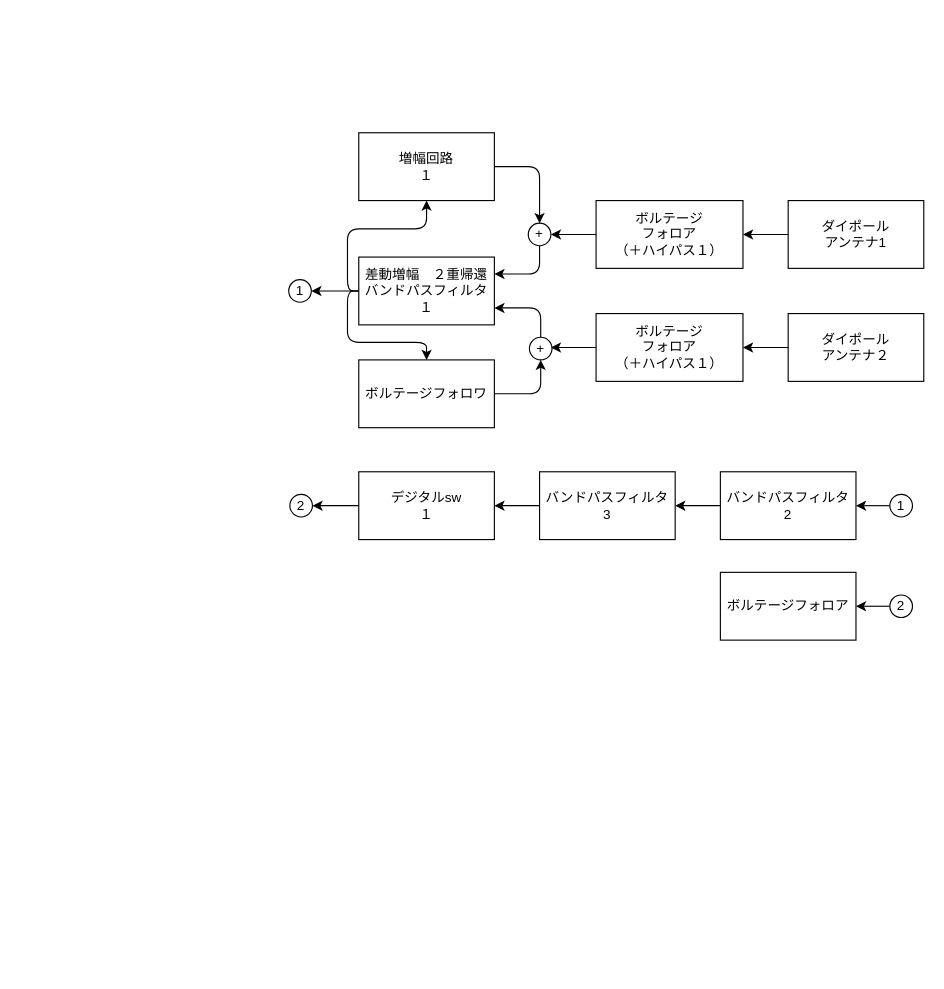
tom00ti/flowchart_memo keeps this draw.io diagram as OhmMapperReciver.drawio. Above is the earlier version. Source tidied: cells renumbered, new cells numbered last; positions are measured from the earlier drawing's top-left corner, leaving out a move shared by most shapes. Both pictures are drawn from the tidied source at 113%, with x=0, y=0 at pixel (288, 132).
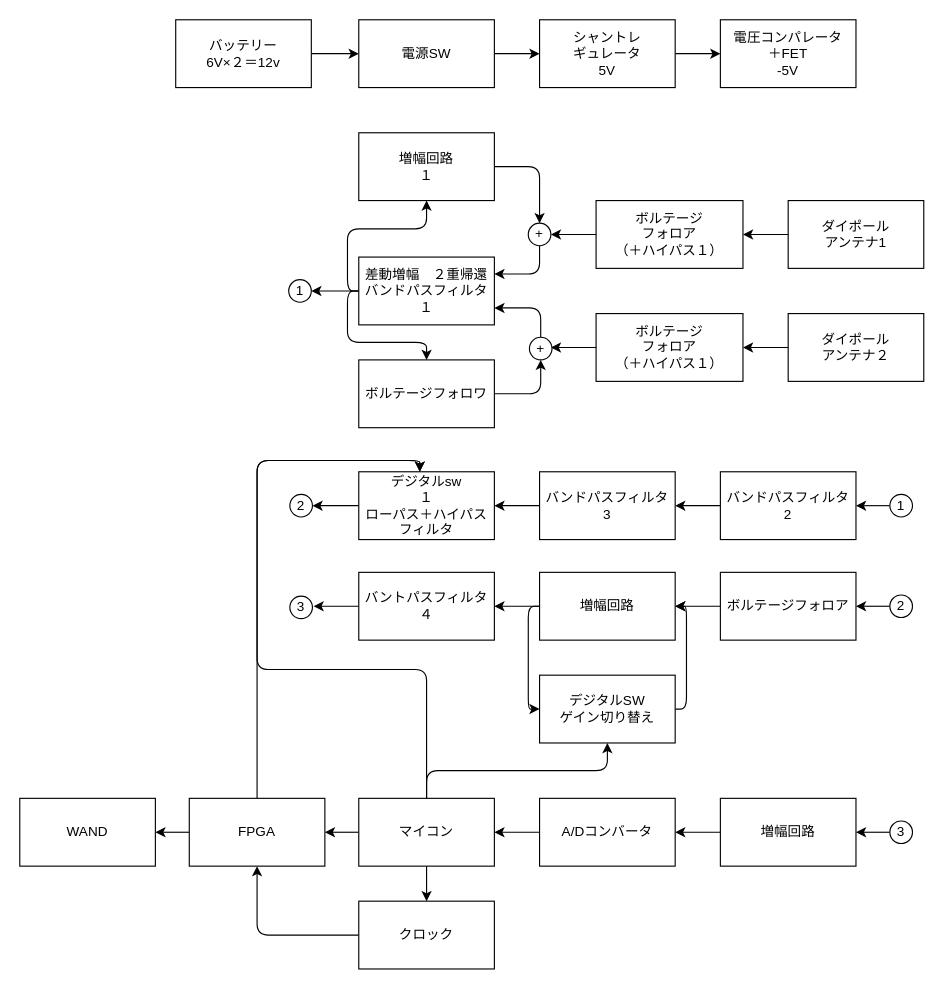
The same diagram, later.

Commit message:
Reciver finish

The change refers to these unchanged cells:
```xml
<mxCell id="34" value="ボルテージフォロア" style="rounded=0;whiteSpace=wrap;html=1;" parent="1" vertex="1">
  <mxGeometry x="382" y="389" width="120" height="60" as="geometry" />
</mxCell>
```

Diff of the diagram source:
```diff
@@
-    <mxCell id="30" value="デジタルsw&lt;br&gt;１" style="rounded=0;whiteSpace=wrap;html=1;" parent="1" vertex="1">
+    <mxCell id="30" value="デジタルsw&lt;br&gt;１&lt;br&gt;ローパス＋ハイパスフィルタ" style="rounded=0;whiteSpace=wrap;html=1;" parent="1" vertex="1">
       <mxGeometry x="62" y="300" width="120" height="60" as="geometry" />
     </mxCell>
@@
+    <mxCell id="35" style="edgeStyle=none;html=1;exitX=0;exitY=0.5;exitDx=0;exitDy=0;entryX=1;entryY=0.5;entryDx=0;entryDy=0;" parent="1" edge="1" source="34" target="38">
+      <mxGeometry relative="1" as="geometry" />
+    </mxCell>
@@
+    <mxCell id="36" style="edgeStyle=none;html=1;exitX=0;exitY=0.5;exitDx=0;exitDy=0;entryX=1;entryY=0.5;entryDx=0;entryDy=0;" parent="1" edge="1" source="38" target="41">
+      <mxGeometry relative="1" as="geometry" />
+    </mxCell>
+    <mxCell id="37" style="edgeStyle=orthogonalEdgeStyle;html=1;exitX=0;exitY=0.5;exitDx=0;exitDy=0;entryX=0;entryY=0.5;entryDx=0;entryDy=0;" parent="1" edge="1" source="38" target="39">
+      <mxGeometry relative="1" as="geometry" />
+    </mxCell>
+    <mxCell id="38" value="増幅回路" style="rounded=0;whiteSpace=wrap;html=1;" parent="1" vertex="1">
+      <mxGeometry x="222" y="389" width="120" height="60" as="geometry" />
+    </mxCell>
+    <mxCell id="39" value="デジタルSW&lt;br&gt;ゲイン切り替え" style="rounded=0;whiteSpace=wrap;html=1;" parent="1" vertex="1">
+      <mxGeometry x="222" y="480" width="120" height="60" as="geometry" />
+    </mxCell>
+    <mxCell id="40" style="edgeStyle=none;html=1;exitX=0;exitY=0.5;exitDx=0;exitDy=0;" parent="1" edge="1" source="41">
+      <mxGeometry relative="1" as="geometry">
+        <mxPoint x="22" y="419" as="targetPoint" />
+      </mxGeometry>
+    </mxCell>
+    <mxCell id="41" value="バントパスフィルタ&lt;br&gt;４" style="rounded=0;whiteSpace=wrap;html=1;" parent="1" vertex="1">
+      <mxGeometry x="62" y="389" width="120" height="60" as="geometry" />
+    </mxCell>
+    <mxCell id="42" value="3" style="ellipse;whiteSpace=wrap;html=1;" parent="1" vertex="1">
+      <mxGeometry x="1" y="410" width="20" height="20" as="geometry" />
+    </mxCell>
+    <mxCell id="43" style="edgeStyle=orthogonalEdgeStyle;html=1;exitX=1;exitY=0.5;exitDx=0;exitDy=0;entryX=1;entryY=0.5;entryDx=0;entryDy=0;" parent="1" edge="1" source="39" target="38">
+      <mxGeometry relative="1" as="geometry" />
+    </mxCell>
+    <mxCell id="44" style="edgeStyle=orthogonalEdgeStyle;html=1;exitX=0;exitY=0.5;exitDx=0;exitDy=0;" parent="1" edge="1" source="45" target="47">
+      <mxGeometry relative="1" as="geometry" />
+    </mxCell>
+    <mxCell id="45" value="3" style="ellipse;whiteSpace=wrap;html=1;" parent="1" vertex="1">
+      <mxGeometry x="532" y="609" width="20" height="20" as="geometry" />
+    </mxCell>
+    <mxCell id="46" style="edgeStyle=orthogonalEdgeStyle;html=1;" parent="1" edge="1" source="47" target="49">
+      <mxGeometry relative="1" as="geometry" />
+    </mxCell>
+    <mxCell id="47" value="増幅回路" style="rounded=0;whiteSpace=wrap;html=1;" parent="1" vertex="1">
+      <mxGeometry x="382" y="589" width="120" height="60" as="geometry" />
+    </mxCell>
+    <mxCell id="48" style="edgeStyle=orthogonalEdgeStyle;html=1;" parent="1" edge="1" source="49" target="54">
+      <mxGeometry relative="1" as="geometry" />
+    </mxCell>
+    <mxCell id="49" value="A/Dコンバータ" style="whiteSpace=wrap;html=1;rounded=0;" parent="1" vertex="1">
+      <mxGeometry x="222" y="589" width="120" height="60" as="geometry" />
+    </mxCell>
+    <mxCell id="50" style="edgeStyle=orthogonalEdgeStyle;html=1;" parent="1" edge="1" source="54" target="56">
+      <mxGeometry relative="1" as="geometry" />
+    </mxCell>
+    <mxCell id="51" style="edgeStyle=orthogonalEdgeStyle;html=1;" parent="1" edge="1" source="54" target="59">
+      <mxGeometry relative="1" as="geometry" />
+    </mxCell>
+    <mxCell id="52" style="edgeStyle=orthogonalEdgeStyle;html=1;exitX=0.5;exitY=0;exitDx=0;exitDy=0;" parent="1" edge="1" source="54" target="39">
+      <mxGeometry relative="1" as="geometry" />
+    </mxCell>
+    <mxCell id="53" style="edgeStyle=orthogonalEdgeStyle;html=1;exitX=0.5;exitY=0;exitDx=0;exitDy=0;entryX=0.45;entryY=0;entryDx=0;entryDy=0;entryPerimeter=0;" parent="1" edge="1" source="54" target="30">
+      <mxGeometry relative="1" as="geometry">
+        <Array as="points">
+          <mxPoint x="122" y="475" />
+          <mxPoint x="-28" y="475" />
+          <mxPoint x="-28" y="290" />
+          <mxPoint x="116" y="290" />
+        </Array>
+      </mxGeometry>
+    </mxCell>
+    <mxCell id="54" value="マイコン" style="whiteSpace=wrap;html=1;rounded=0;" parent="1" vertex="1">
+      <mxGeometry x="62" y="589" width="120" height="60" as="geometry" />
+    </mxCell>
+    <mxCell id="55" style="edgeStyle=orthogonalEdgeStyle;html=1;exitX=0;exitY=0.5;exitDx=0;exitDy=0;" parent="1" edge="1" source="56" target="59">
+      <mxGeometry relative="1" as="geometry" />
+    </mxCell>
+    <mxCell id="56" value="クロック" style="whiteSpace=wrap;html=1;rounded=0;" parent="1" vertex="1">
+      <mxGeometry x="62" y="680" width="120" height="60" as="geometry" />
+    </mxCell>
+    <mxCell id="57" style="edgeStyle=orthogonalEdgeStyle;html=1;entryX=0.45;entryY=0;entryDx=0;entryDy=0;entryPerimeter=0;exitX=0.5;exitY=0;exitDx=0;exitDy=0;" parent="1" edge="1" source="59" target="30">
+      <mxGeometry relative="1" as="geometry" />
+    </mxCell>
+    <mxCell id="58" style="edgeStyle=orthogonalEdgeStyle;html=1;" parent="1" edge="1" source="59" target="66">
+      <mxGeometry relative="1" as="geometry" />
+    </mxCell>
+    <mxCell id="59" value="FPGA" style="whiteSpace=wrap;html=1;rounded=0;" parent="1" vertex="1">
+      <mxGeometry x="-88" y="589" width="120" height="60" as="geometry" />
+    </mxCell>
+    <mxCell id="60" style="edgeStyle=orthogonalEdgeStyle;html=1;" parent="1" edge="1" source="61" target="63">
+      <mxGeometry relative="1" as="geometry" />
+    </mxCell>
+    <mxCell id="61" value="バッテリー&lt;br&gt;6V×２＝12v" style="rounded=0;whiteSpace=wrap;html=1;" parent="1" vertex="1">
+      <mxGeometry x="-100" y="-100" width="120" height="60" as="geometry" />
+    </mxCell>
+    <mxCell id="62" style="edgeStyle=orthogonalEdgeStyle;html=1;" parent="1" edge="1" source="63" target="65">
+      <mxGeometry relative="1" as="geometry" />
+    </mxCell>
+    <mxCell id="63" value="電源SW" style="whiteSpace=wrap;html=1;rounded=0;" parent="1" vertex="1">
+      <mxGeometry x="62" y="-100" width="120" height="60" as="geometry" />
+    </mxCell>
+    <mxCell id="64" style="edgeStyle=orthogonalEdgeStyle;html=1;exitX=1;exitY=0.5;exitDx=0;exitDy=0;entryX=0;entryY=0.5;entryDx=0;entryDy=0;" parent="1" edge="1" source="65" target="67">
+      <mxGeometry relative="1" as="geometry" />
+    </mxCell>
+    <mxCell id="65" value="シャントレ&lt;br&gt;ギュレータ&lt;br&gt;5V" style="whiteSpace=wrap;html=1;rounded=0;" parent="1" vertex="1">
+      <mxGeometry x="222" y="-100" width="120" height="60" as="geometry" />
+    </mxCell>
+    <mxCell id="66" value="WAND" style="whiteSpace=wrap;html=1;rounded=0;" parent="1" vertex="1">
+      <mxGeometry x="-238" y="589" width="120" height="60" as="geometry" />
+    </mxCell>
+    <mxCell id="67" value="電圧コンパレータ&lt;br&gt;＋FET&lt;br&gt;-5V" style="whiteSpace=wrap;html=1;rounded=0;" parent="1" vertex="1">
+      <mxGeometry x="382" y="-100" width="120" height="60" as="geometry" />
+    </mxCell>
```
